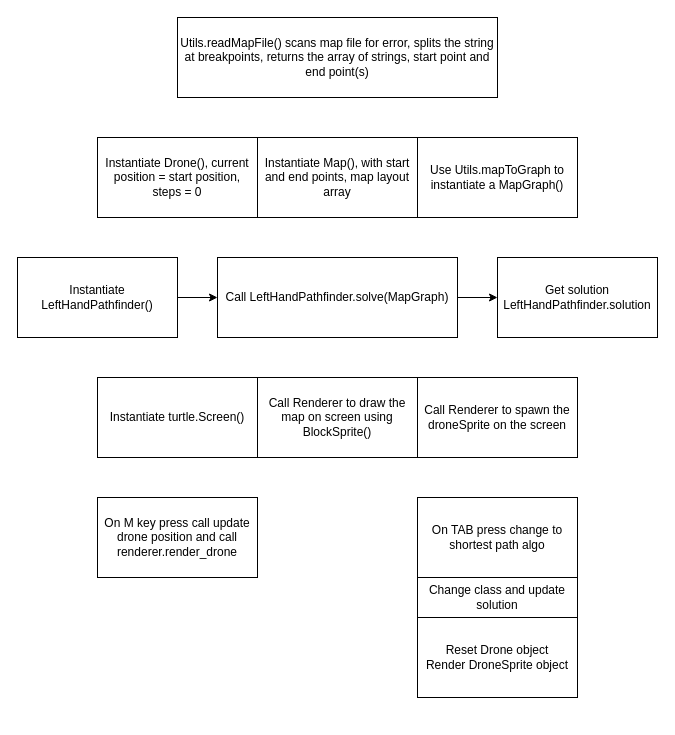
This is page "Program Logic Flow" (2 of 3) of diagrams/program_diagrams.drawio from junnjiee16/ST1507-DSAA-Maze-Solver, a draw.io file, before an edit. Source tidied: cells renumbered, new cells numbered last; positions are measured from the earlier drawing's top-left corner, leaving out a move shared by most shapes. Both pictures are drawn from the tidied source at 100%, with x=0, y=0 at pixel (17, 17).
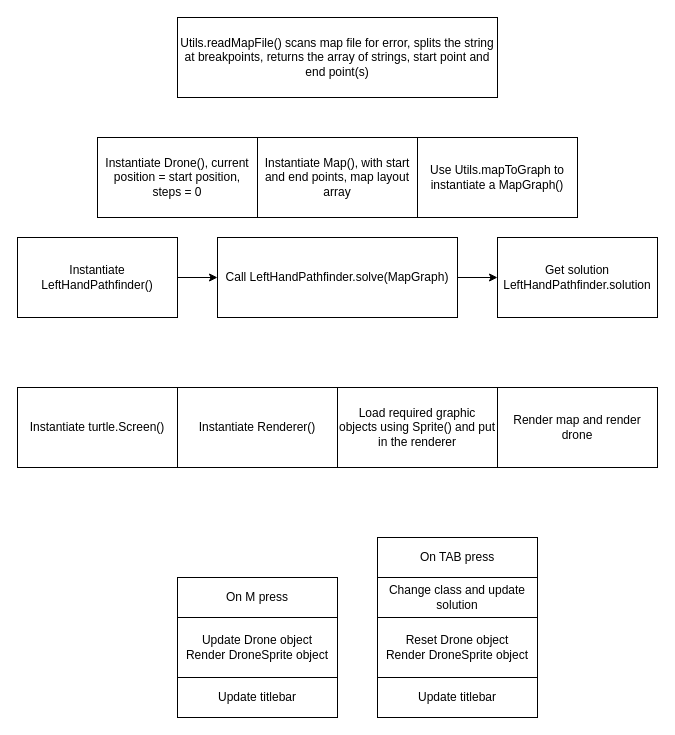
The same page after the edit.

Change to the diagram source:
```diff
@@
     <mxCell id="6" value="Instantiate turtle.Screen()" style="rounded=0;whiteSpace=wrap;html=1;" parent="1" vertex="1">
-      <mxGeometry x="80" y="360" width="160" height="80" as="geometry" />
+      <mxGeometry y="370" width="160" height="80" as="geometry" />
     </mxCell>
@@
     <mxCell id="8" value="Instantiate LeftHandPathfinder()" style="rounded=0;whiteSpace=wrap;html=1;" parent="1" vertex="1">
-      <mxGeometry y="240" width="160" height="80" as="geometry" />
+      <mxGeometry y="220" width="160" height="80" as="geometry" />
     </mxCell>
@@
     <mxCell id="10" value="Call LeftHandPathfinder.solve(MapGraph)" style="rounded=0;whiteSpace=wrap;html=1;" parent="1" vertex="1">
-      <mxGeometry x="200" y="240" width="240" height="80" as="geometry" />
+      <mxGeometry x="200" y="220" width="240" height="80" as="geometry" />
     </mxCell>
     <mxCell id="11" value="Get solution&lt;br&gt;LeftHandPathfinder.solution" style="rounded=0;whiteSpace=wrap;html=1;" parent="1" vertex="1">
-      <mxGeometry x="480" y="240" width="160" height="80" as="geometry" />
+      <mxGeometry x="480" y="220" width="160" height="80" as="geometry" />
     </mxCell>
-    <mxCell id="12" value="On M key press call update drone position and call renderer.render_drone" style="rounded=0;whiteSpace=wrap;html=1;" parent="1" vertex="1">
-      <mxGeometry x="80" y="480" width="160" height="80" as="geometry" />
+    <mxCell id="12" value="On M press" style="rounded=0;whiteSpace=wrap;html=1;" parent="1" vertex="1">
+      <mxGeometry x="160" y="560" width="160" height="40" as="geometry" />
     </mxCell>
-    <mxCell id="13" value="Call Renderer to draw the map on screen using BlockSprite()" style="rounded=0;whiteSpace=wrap;html=1;" parent="1" vertex="1">
-      <mxGeometry x="240" y="360" width="160" height="80" as="geometry" />
+    <mxCell id="13" value="Instantiate Renderer()" style="rounded=0;whiteSpace=wrap;html=1;" parent="1" vertex="1">
+      <mxGeometry x="160" y="370" width="160" height="80" as="geometry" />
     </mxCell>
-    <mxCell id="14" value="Call Renderer to spawn the droneSprite on the screen" style="rounded=0;whiteSpace=wrap;html=1;" parent="1" vertex="1">
-      <mxGeometry x="400" y="360" width="160" height="80" as="geometry" />
+    <mxCell id="14" value="Load required graphic objects using Sprite() and put in the renderer" style="rounded=0;whiteSpace=wrap;html=1;" parent="1" vertex="1">
+      <mxGeometry x="320" y="370" width="160" height="80" as="geometry" />
     </mxCell>
-    <mxCell id="15" value="On TAB press change to shortest path algo" style="rounded=0;whiteSpace=wrap;html=1;" parent="1" vertex="1">
-      <mxGeometry x="400" y="480" width="160" height="80" as="geometry" />
+    <mxCell id="15" value="On TAB press" style="rounded=0;whiteSpace=wrap;html=1;" parent="1" vertex="1">
+      <mxGeometry x="360" y="520" width="160" height="40" as="geometry" />
     </mxCell>
     <mxCell id="16" value="Change class and update solution" style="rounded=0;whiteSpace=wrap;html=1;" parent="1" vertex="1">
-      <mxGeometry x="400" y="560" width="160" height="40" as="geometry" />
+      <mxGeometry x="360" y="560" width="160" height="40" as="geometry" />
     </mxCell>
     <mxCell id="17" value="Reset Drone object&lt;br&gt;Render DroneSprite object" style="rounded=0;whiteSpace=wrap;html=1;" parent="1" vertex="1">
-      <mxGeometry x="400" y="600" width="160" height="80" as="geometry" />
+      <mxGeometry x="360" y="600" width="160" height="60" as="geometry" />
     </mxCell>
+    <mxCell id="18" value="Update titlebar" style="rounded=0;whiteSpace=wrap;html=1;" parent="1" vertex="1">
+      <mxGeometry x="360" y="660" width="160" height="40" as="geometry" />
+    </mxCell>
+    <mxCell id="19" value="Update Drone object&lt;br&gt;Render DroneSprite object" style="rounded=0;whiteSpace=wrap;html=1;" parent="1" vertex="1">
+      <mxGeometry x="160" y="600" width="160" height="60" as="geometry" />
+    </mxCell>
+    <mxCell id="20" value="Update titlebar" style="rounded=0;whiteSpace=wrap;html=1;" parent="1" vertex="1">
+      <mxGeometry x="160" y="660" width="160" height="40" as="geometry" />
+    </mxCell>
+    <mxCell id="21" value="Render map and render drone" style="rounded=0;whiteSpace=wrap;html=1;" parent="1" vertex="1">
+      <mxGeometry x="480" y="370" width="160" height="80" as="geometry" />
+    </mxCell>
```
